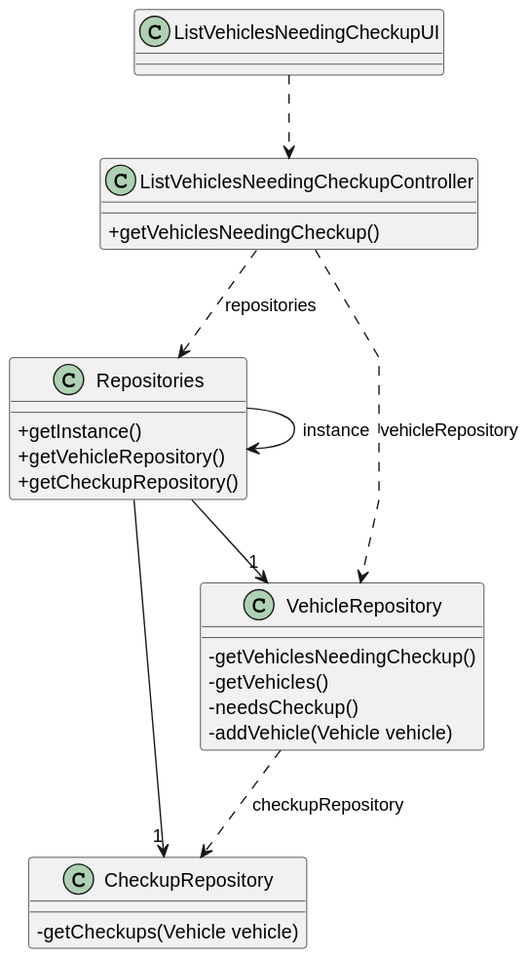
Earlier version of the PlantUML export docs/sprintB/us008/03.design/svg/us008-class-diagram.svg (Rui-San/LAPR2_2023_2024). The source it was exported from:
```plantuml
@startuml
skinparam packageStyle rectangle
skinparam shadowing false
skinparam linetype polyline

skinparam classAttributeIconSize 0


Class ListVehiclesNeedingCheckupUI {

}

Class ListVehiclesNeedingCheckupController {
    +getVehiclesNeedingCheckup()
}

Class Repositories{
    +getInstance()
    +getVehicleRepository()
    +getCheckupRepository()
}

Class VehicleRepository {
    -getVehiclesNeedingCheckup()
    -getVehicles()
    -needsCheckup()
    -addVehicle(Vehicle vehicle)
}

Class CheckupRepository {
    -getCheckups(Vehicle vehicle)
}

ListVehiclesNeedingCheckupUI ..> ListVehiclesNeedingCheckupController
ListVehiclesNeedingCheckupController ..> Repositories : "repositories"
ListVehiclesNeedingCheckupController ..> VehicleRepository : vehicleRepository
VehicleRepository ..> CheckupRepository : checkupRepository
Repositories --> "1" VehicleRepository
Repositories --> "1" CheckupRepository
Repositories -> Repositories : "instance"
@enduml
```
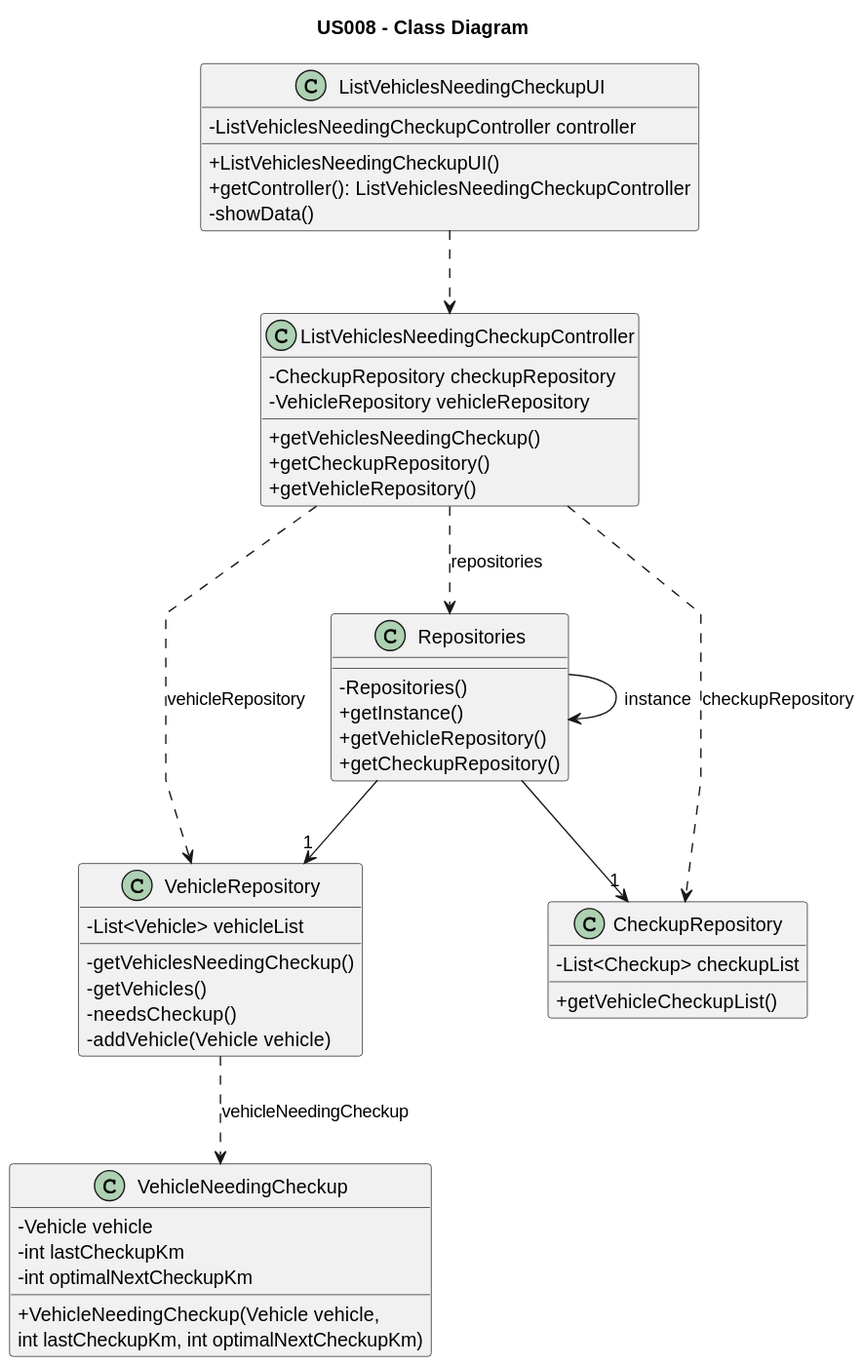
Later version of the same file.

Commit message:
US008 - Fixed errors and private/public methods on class diagram and new svg

Change to the diagram source:
```diff
@@ -4,23 +4,33 @@
 skinparam linetype polyline
 
 skinparam classAttributeIconSize 0
+Title US008 - Class Diagram
 
 
 Class ListVehiclesNeedingCheckupUI {
-
+    -ListVehiclesNeedingCheckupController controller
+    +ListVehiclesNeedingCheckupUI()
+    +getController(): ListVehiclesNeedingCheckupController
+    -showData()
 }
 
 Class ListVehiclesNeedingCheckupController {
+    -CheckupRepository checkupRepository
+    -VehicleRepository vehicleRepository
     +getVehiclesNeedingCheckup()
+    +getCheckupRepository()
+    +getVehicleRepository()
 }
 
 Class Repositories{
+    -Repositories()
     +getInstance()
     +getVehicleRepository()
     +getCheckupRepository()
 }
 
 Class VehicleRepository {
+    -List<Vehicle> vehicleList
     -getVehiclesNeedingCheckup()
     -getVehicles()
     -needsCheckup()
@@ -28,14 +38,23 @@
 }
 
 Class CheckupRepository {
-    -getCheckups(Vehicle vehicle)
+    -List<Checkup> checkupList
+    +getVehicleCheckupList()
+}
+
+Class VehicleNeedingCheckup{
+    -Vehicle vehicle
+    -int lastCheckupKm
+    -int optimalNextCheckupKm
+    +VehicleNeedingCheckup(Vehicle vehicle,\nint lastCheckupKm, int optimalNextCheckupKm)
 }
 
 ListVehiclesNeedingCheckupUI ..> ListVehiclesNeedingCheckupController
 ListVehiclesNeedingCheckupController ..> Repositories : "repositories"
 ListVehiclesNeedingCheckupController ..> VehicleRepository : vehicleRepository
-VehicleRepository ..> CheckupRepository : checkupRepository
+ListVehiclesNeedingCheckupController ..> CheckupRepository : checkupRepository
 Repositories --> "1" VehicleRepository
 Repositories --> "1" CheckupRepository
+VehicleRepository ..> VehicleNeedingCheckup : vehicleNeedingCheckup
 Repositories -> Repositories : "instance"
 @enduml
```
